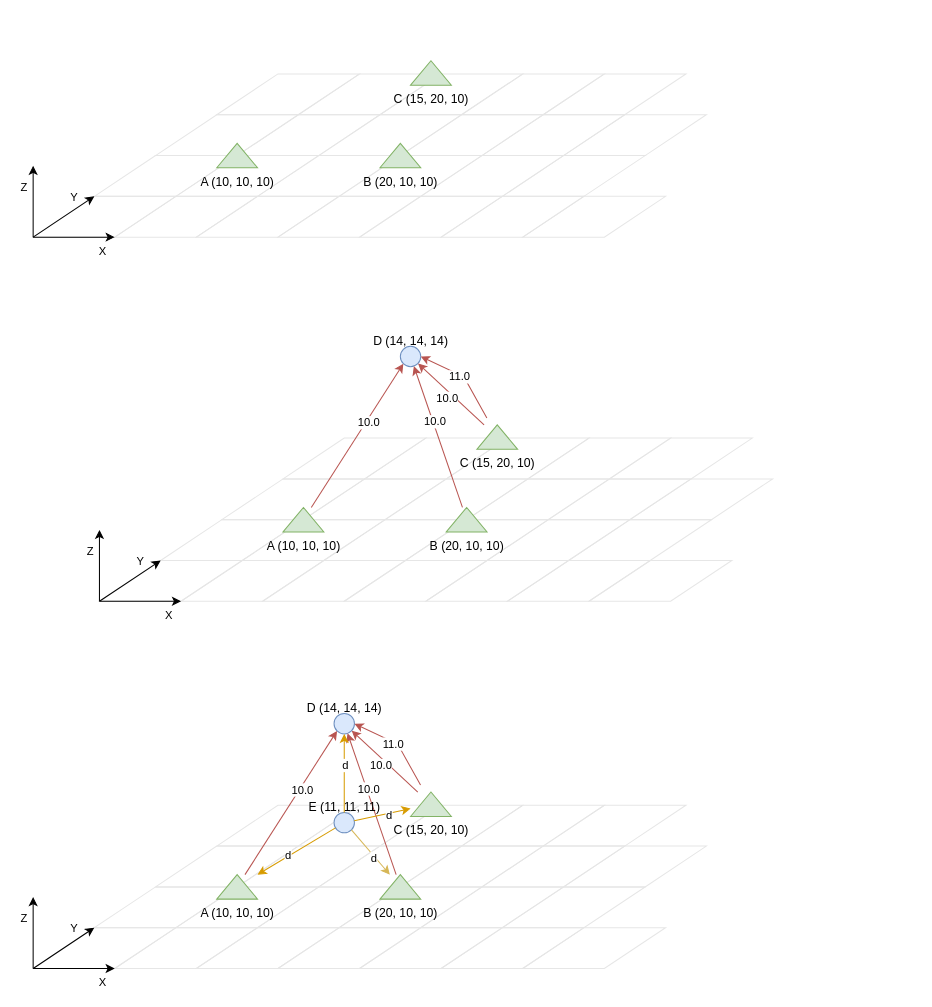
The draw.io diagram Doc/Programmer/benchtopo.drawio in micmacv2/MMVII, before the edit. Source tidied: cells renumbered, new cells numbered last; positions are measured from the earlier drawing's top-left corner, leaving out a move shared by most shapes. Both pictures are drawn from the tidied source at 102%, with x=0, y=0 at pixel (17, 60).
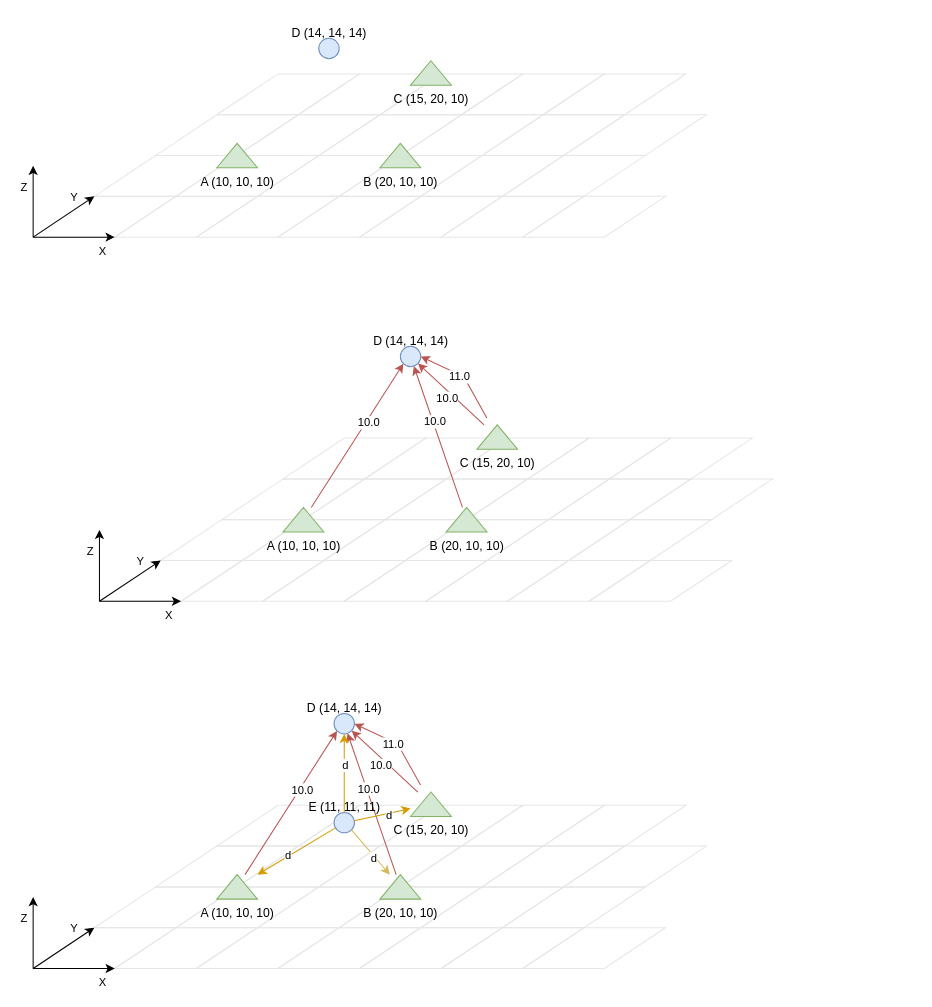
The same page after the edit.

What changed in the source:
```diff
@@
+    <mxCell id="135" style="ellipse;whiteSpace=wrap;html=1;fillColor=#dae8fc;strokeColor=#6c8ebf;" parent="1" vertex="1">
+      <mxGeometry x="295" y="-22" width="20" height="20" as="geometry" />
+    </mxCell>
+    <mxCell id="136" value="D (14, 14, 14)" style="text;html=1;align=center;verticalAlign=middle;strokeColor=none;fillColor=none;" parent="1" vertex="1">
+      <mxGeometry x="255" y="-42" width="100" height="30" as="geometry" />
+    </mxCell>
```
